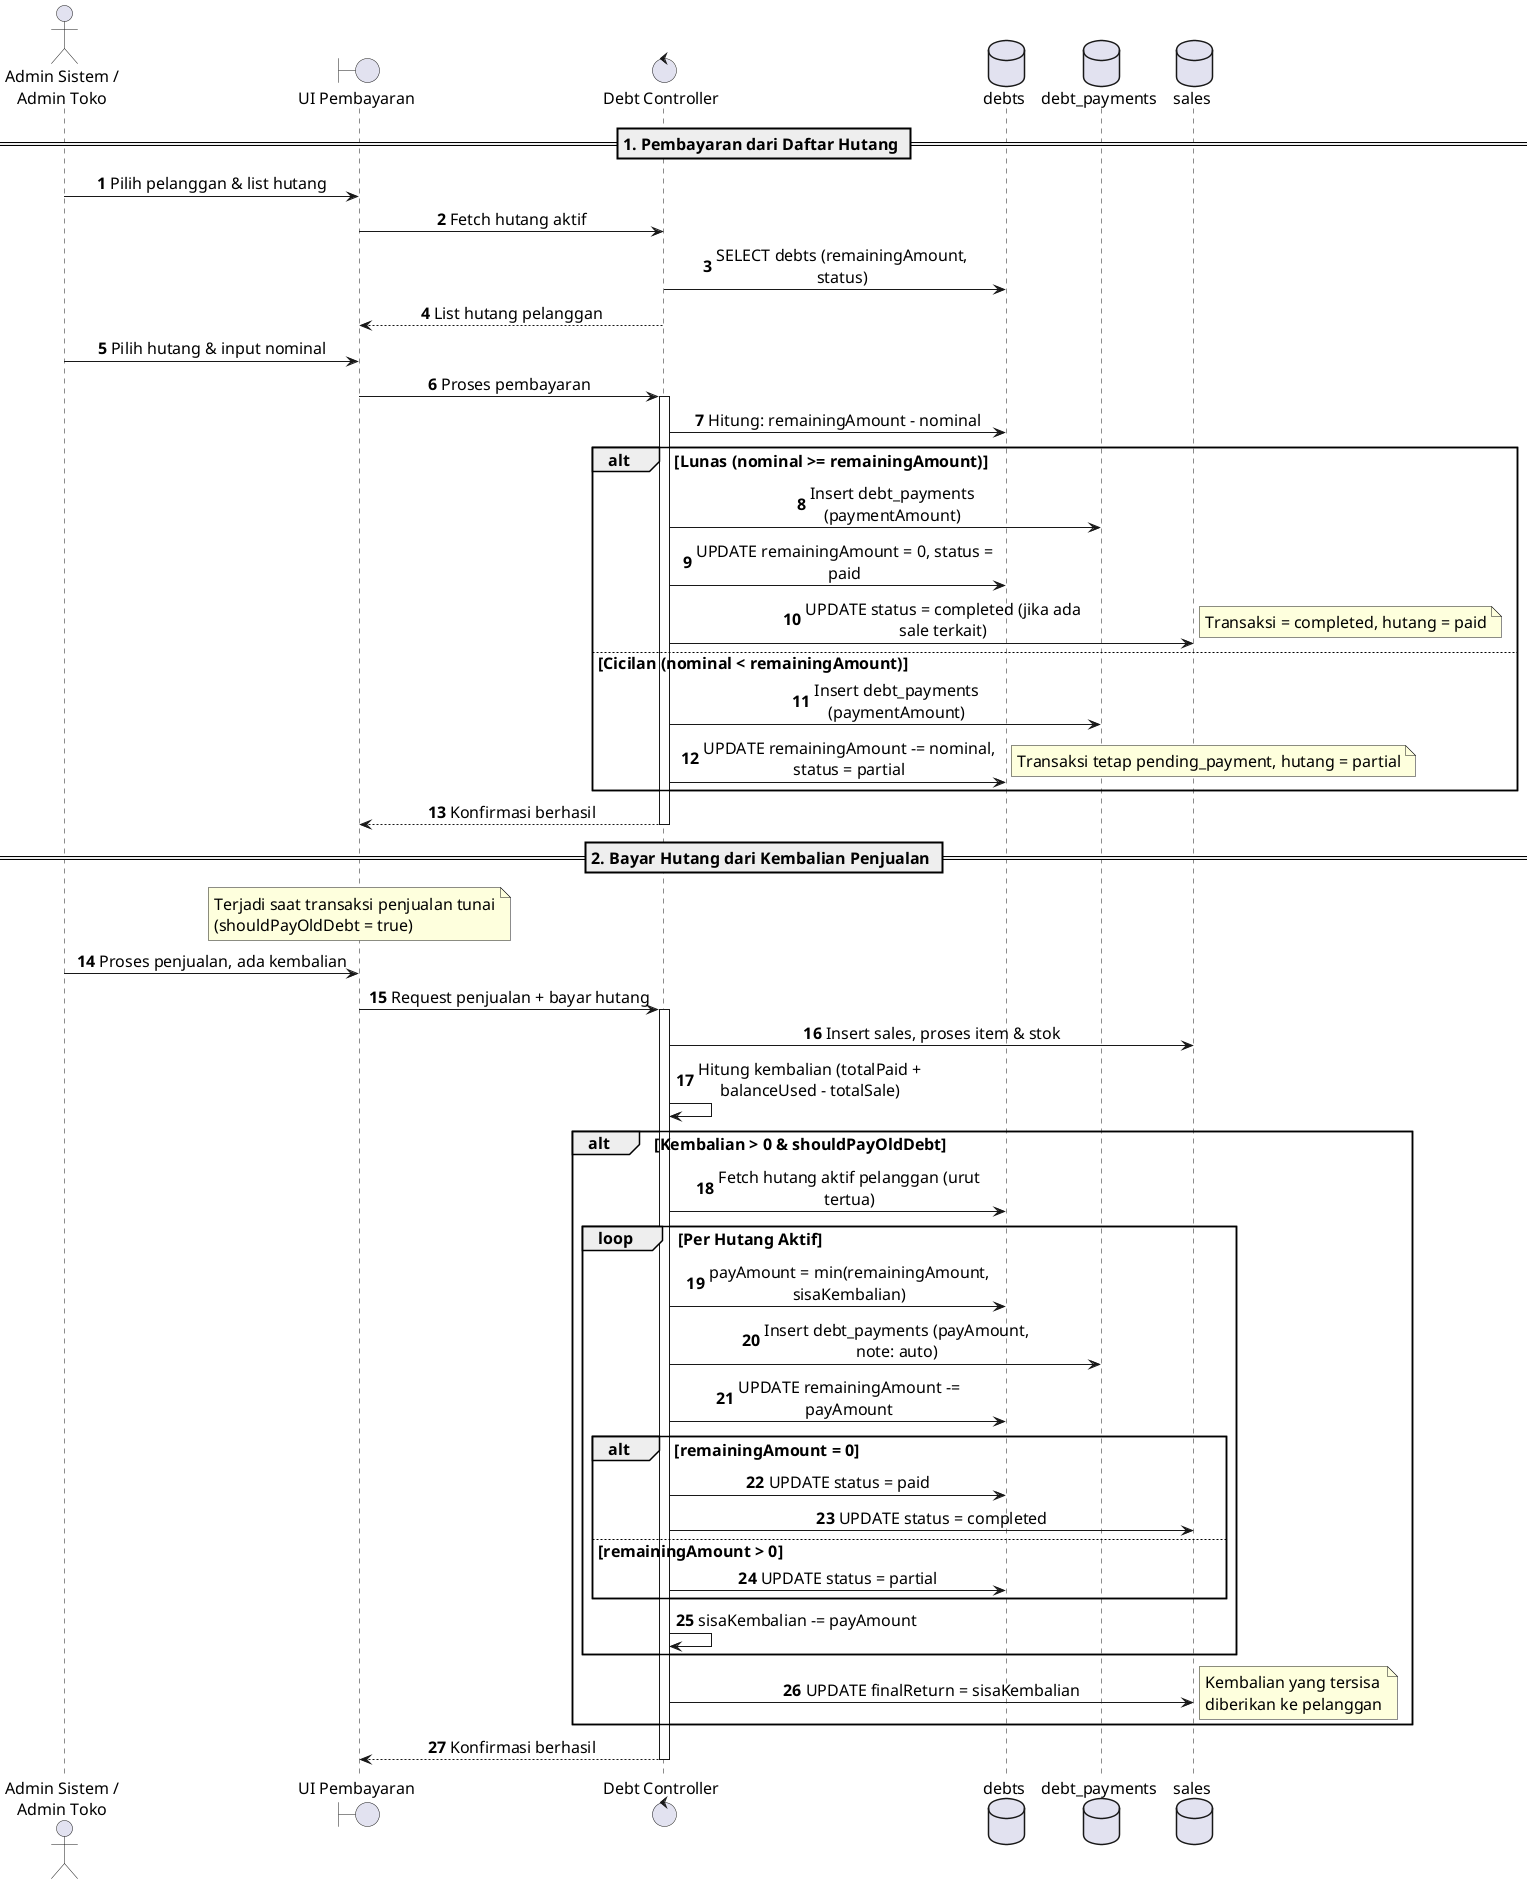
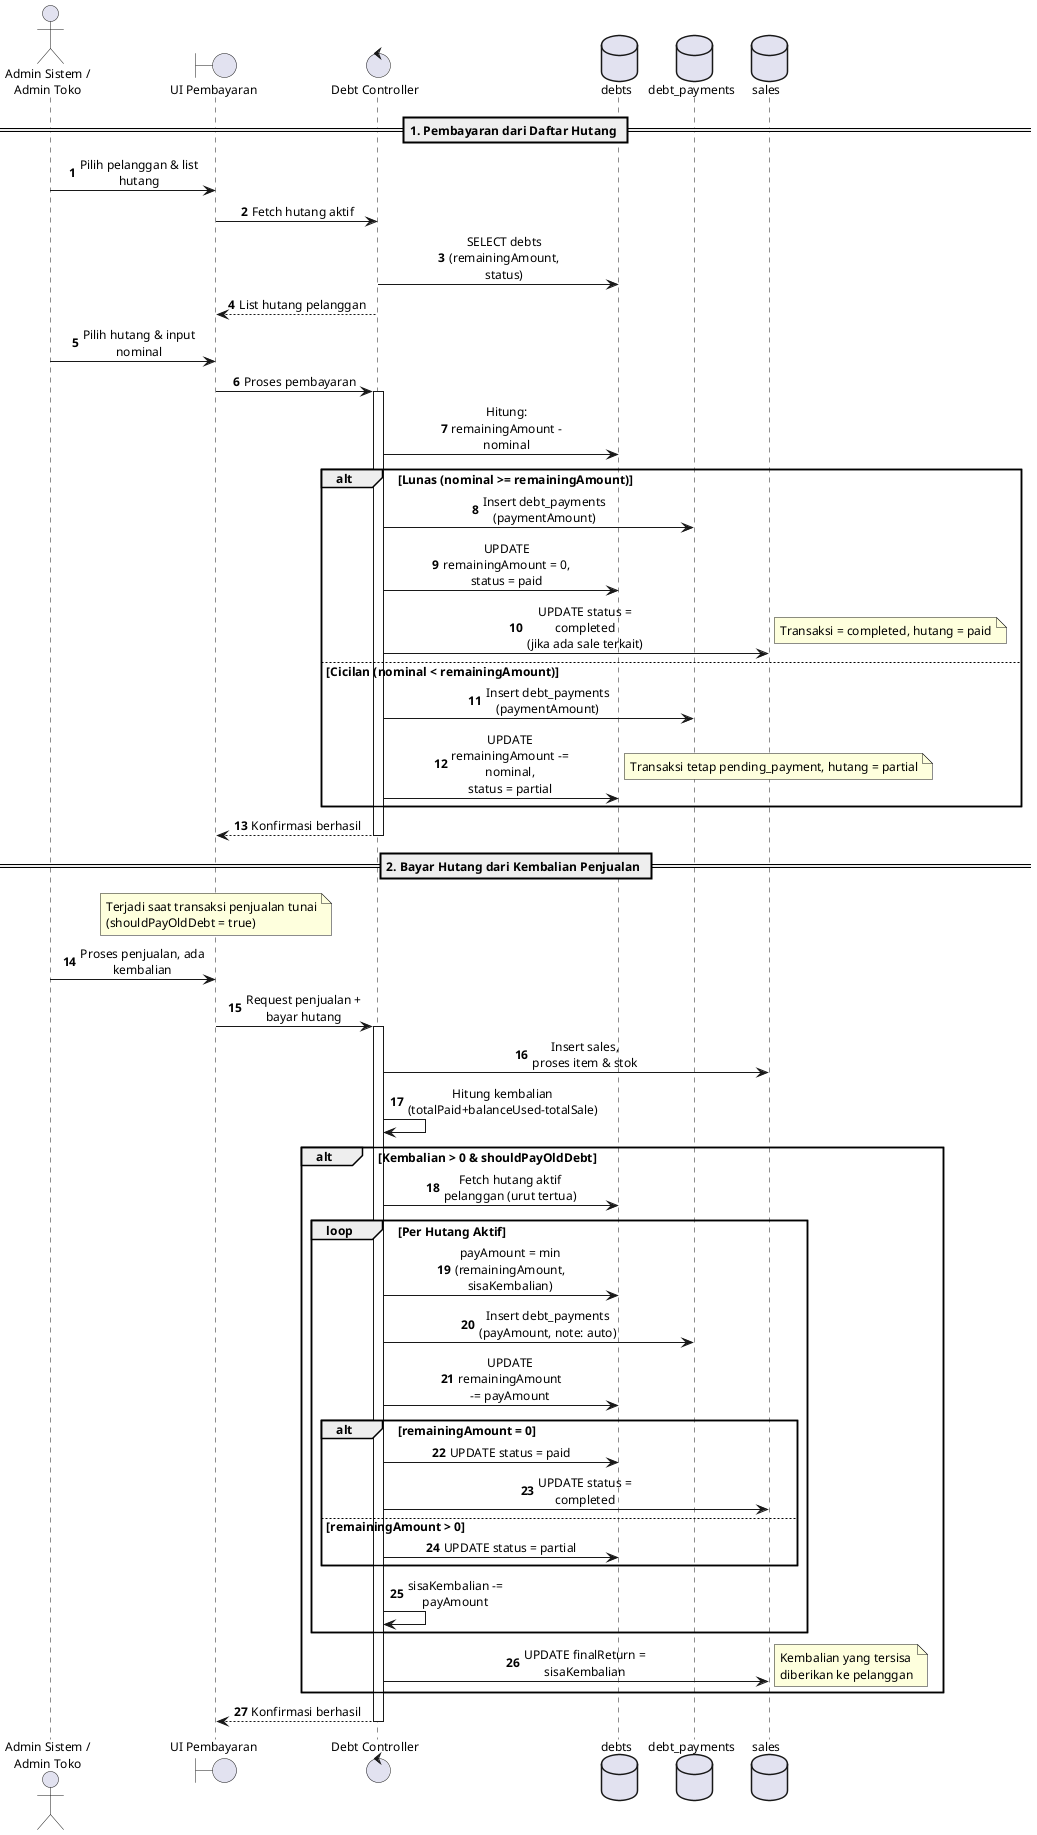
- @startuml
+ @startuml Debt_Management_Sequence
autonumber

skinparam BoxPadding 5
skinparam ParticipantPadding 8
- skinparam defaultFontSize 16
- skinparam maxMessageSize 300
+ skinparam defaultFontSize 12
+ skinparam maxMessageSize 140
skinparam sequenceMessageAlign center

actor "Admin Sistem /\nAdmin Toko" as Admin
boundary "UI Pembayaran" as UI
control "Debt Controller" as Ctrl
database "debts" as d
database "debt_payments" as dp
database "sales" as s

== 1. Pembayaran dari Daftar Hutang ==
Admin -> UI : Pilih pelanggan & list hutang
UI -> Ctrl : Fetch hutang aktif
- Ctrl -> d : SELECT debts (remainingAmount, status)
+ Ctrl -> d : SELECT debts\n(remainingAmount, status)
Ctrl --> UI : List hutang pelanggan

Admin -> UI : Pilih hutang & input nominal
UI -> Ctrl : Proses pembayaran
activate Ctrl

- Ctrl -> d : Hitung: remainingAmount - nominal
+ Ctrl -> d : Hitung:\nremainingAmount - nominal

alt Lunas (nominal >= remainingAmount)
-     Ctrl -> dp : Insert debt_payments (paymentAmount)
-     Ctrl -> d : UPDATE remainingAmount = 0, status = paid
-     Ctrl -> s : UPDATE status = completed (jika ada sale terkait)
+     Ctrl -> dp : Insert debt_payments\n(paymentAmount)
+     Ctrl -> d : UPDATE remainingAmount = 0,\nstatus = paid
+     Ctrl -> s : UPDATE status = completed\n(jika ada sale terkait)
    note right: Transaksi = completed, hutang = paid
else Cicilan (nominal < remainingAmount)
-     Ctrl -> dp : Insert debt_payments (paymentAmount)
-     Ctrl -> d : UPDATE remainingAmount -= nominal, status = partial
+     Ctrl -> dp : Insert debt_payments\n(paymentAmount)
+     Ctrl -> d : UPDATE remainingAmount -= nominal,\nstatus = partial
    note right: Transaksi tetap pending_payment, hutang = partial
end

Ctrl --> UI : Konfirmasi berhasil
deactivate Ctrl

== 2. Bayar Hutang dari Kembalian Penjualan ==
note over UI : Terjadi saat transaksi penjualan tunai\n(shouldPayOldDebt = true)

Admin -> UI : Proses penjualan, ada kembalian
UI -> Ctrl : Request penjualan + bayar hutang
activate Ctrl

- Ctrl -> s : Insert sales, proses item & stok
- Ctrl -> Ctrl : Hitung kembalian (totalPaid + balanceUsed - totalSale)
+ Ctrl -> s : Insert sales,\nproses item & stok
+ Ctrl -> Ctrl : Hitung kembalian\n(totalPaid+balanceUsed-totalSale)

alt Kembalian > 0 & shouldPayOldDebt
-     Ctrl -> d : Fetch hutang aktif pelanggan (urut tertua)
+     Ctrl -> d : Fetch hutang aktif\npelanggan (urut tertua)
    loop Per Hutang Aktif
-         Ctrl -> d : payAmount = min(remainingAmount, sisaKembalian)
-         Ctrl -> dp : Insert debt_payments (payAmount, note: auto)
-         Ctrl -> d : UPDATE remainingAmount -= payAmount
+         Ctrl -> d : payAmount = min\n(remainingAmount,\nsisaKembalian)
+         Ctrl -> dp : Insert debt_payments\n(payAmount, note: auto)
+         Ctrl -> d : UPDATE remainingAmount\n-= payAmount
        alt remainingAmount = 0
            Ctrl -> d : UPDATE status = paid
            Ctrl -> s : UPDATE status = completed
        else remainingAmount > 0
            Ctrl -> d : UPDATE status = partial
        end
        Ctrl -> Ctrl : sisaKembalian -= payAmount
    end
    Ctrl -> s : UPDATE finalReturn = sisaKembalian
    note right: Kembalian yang tersisa\ndiberikan ke pelanggan
end

Ctrl --> UI : Konfirmasi berhasil
deactivate Ctrl

@enduml
